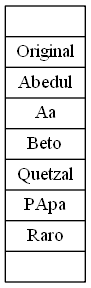
Earlier version of the Graphviz export preOrden.png (ByLy23/Scrabble_CPP). Its source is kept beside it as preOrden.dot.
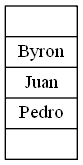
Later version of the same file.

Change to the diagram source:
```diff
@@ -1,4 +1,4 @@
 digraph graficaPreorden{
  linkdir=LR
- arreglo[shape= record label= "{|Original|Abedul|Aa|Beto|Quetzal|PApa|Raro|}"];
+ arreglo[shape= record label= "{|Byron|Juan|Pedro|}"];
 }
```
